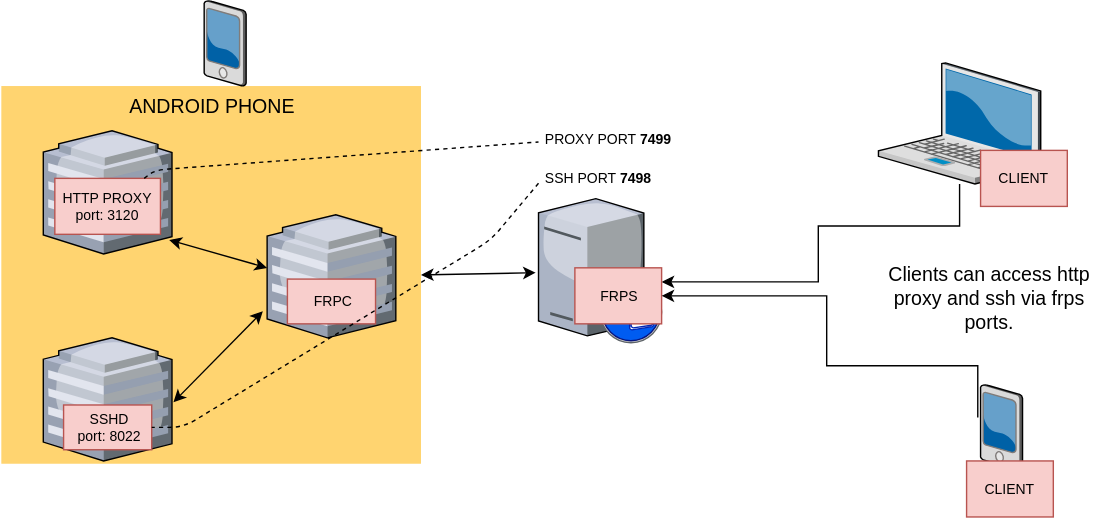
Above: diagram.svg in s4l1h/androidproxy (draw.io), before the change. Source tidied: cells renumbered, new cells last; positions are measured from the earlier drawing's top-left corner, leaving out a move shared by most shapes.
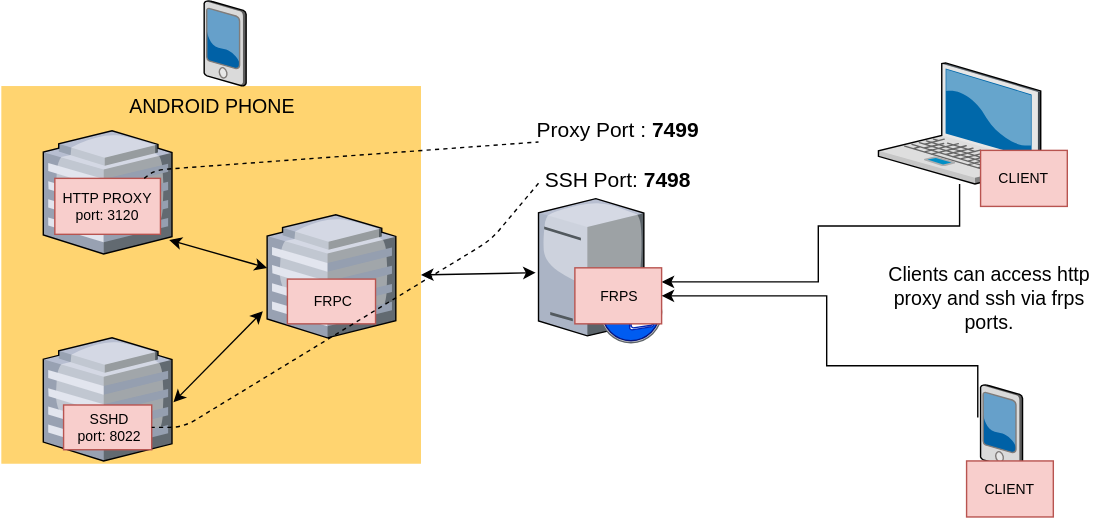
After the change.

The edit, as a diff of the source:
```diff
@@ -71,19 +71,18 @@
         </Array>
       </mxGeometry>
     </mxCell>
-    <mxCell id="19" value="&lt;h1&gt;&lt;span style=&quot;font-weight: normal ; text-align: center ; font-size: 10px&quot;&gt;PROXY PORT&amp;nbsp;&lt;/span&gt;&lt;font style=&quot;font-size: 10px&quot;&gt;7499&lt;/font&gt;&lt;/h1&gt;&lt;p&gt;&lt;span style=&quot;font-weight: normal ; text-align: center&quot;&gt;SSH PORT&amp;nbsp;&lt;/span&gt;&lt;span style=&quot;text-align: center&quot;&gt;7498&lt;/span&gt;&lt;br&gt;&lt;/p&gt;" style="text;html=1;strokeColor=none;fillColor=none;spacing=5;spacingTop=-20;whiteSpace=wrap;overflow=hidden;rounded=0;fontSize=10;fontStyle=1;" parent="1" vertex="1">
-      <mxGeometry x="384" y="81" width="120" height="66" as="geometry" />
-    </mxCell>
-    <mxCell id="20" style="endArrow=none;dashed=1;html=1;fontSize=10;" parent="1" edge="1" source="9" target="19">
+    <mxCell id="20" style="endArrow=none;dashed=1;html=1;fontSize=10;" parent="1" edge="1" source="9">
       <mxGeometry relative="1" as="geometry">
+        <mxPoint x="384" y="101" as="targetPoint" />
         <Array as="points">
           <mxPoint x="110" y="121" />
           <mxPoint x="384" y="101" />
         </Array>
       </mxGeometry>
     </mxCell>
-    <mxCell id="21" style="endArrow=none;dashed=1;html=1;fontSize=10;exitX=0;exitY=0.75;exitDx=0;exitDy=0;" parent="1" edge="1" source="19" target="10">
+    <mxCell id="21" style="endArrow=none;dashed=1;html=1;fontSize=10;exitX=0;exitY=0.75;exitDx=0;exitDy=0;" parent="1" edge="1" target="10">
       <mxGeometry relative="1" as="geometry">
+        <mxPoint x="384" y="130.5" as="sourcePoint" />
         <Array as="points">
           <mxPoint x="350" y="171" />
           <mxPoint x="130" y="305" />
@@ -99,5 +98,8 @@
     <mxCell id="24" value="&lt;font style=&quot;font-size: 14px&quot;&gt;Clients can access http proxy and ssh via frps ports.&lt;/font&gt;" style="text;html=1;strokeColor=none;fillColor=none;align=center;verticalAlign=middle;whiteSpace=wrap;rounded=0;fontSize=10;" parent="1" vertex="1">
       <mxGeometry x="620" y="192" width="173" height="38" as="geometry" />
     </mxCell>
+    <mxCell id="25" value="&lt;font style=&quot;font-size: 15px&quot;&gt;Proxy Port :&amp;nbsp;&lt;b&gt;7499&lt;br&gt;&lt;/b&gt;&lt;br&gt;SSH Port:&lt;b&gt; 7498&lt;/b&gt;&lt;/font&gt;" style="text;html=1;strokeColor=none;fillColor=none;align=center;verticalAlign=middle;whiteSpace=wrap;rounded=0;fontSize=10;" parent="1" vertex="1">
+      <mxGeometry x="373" y="73" width="136" height="74" as="geometry" />
+    </mxCell>
   </root>
 </mxGraphModel>
```
